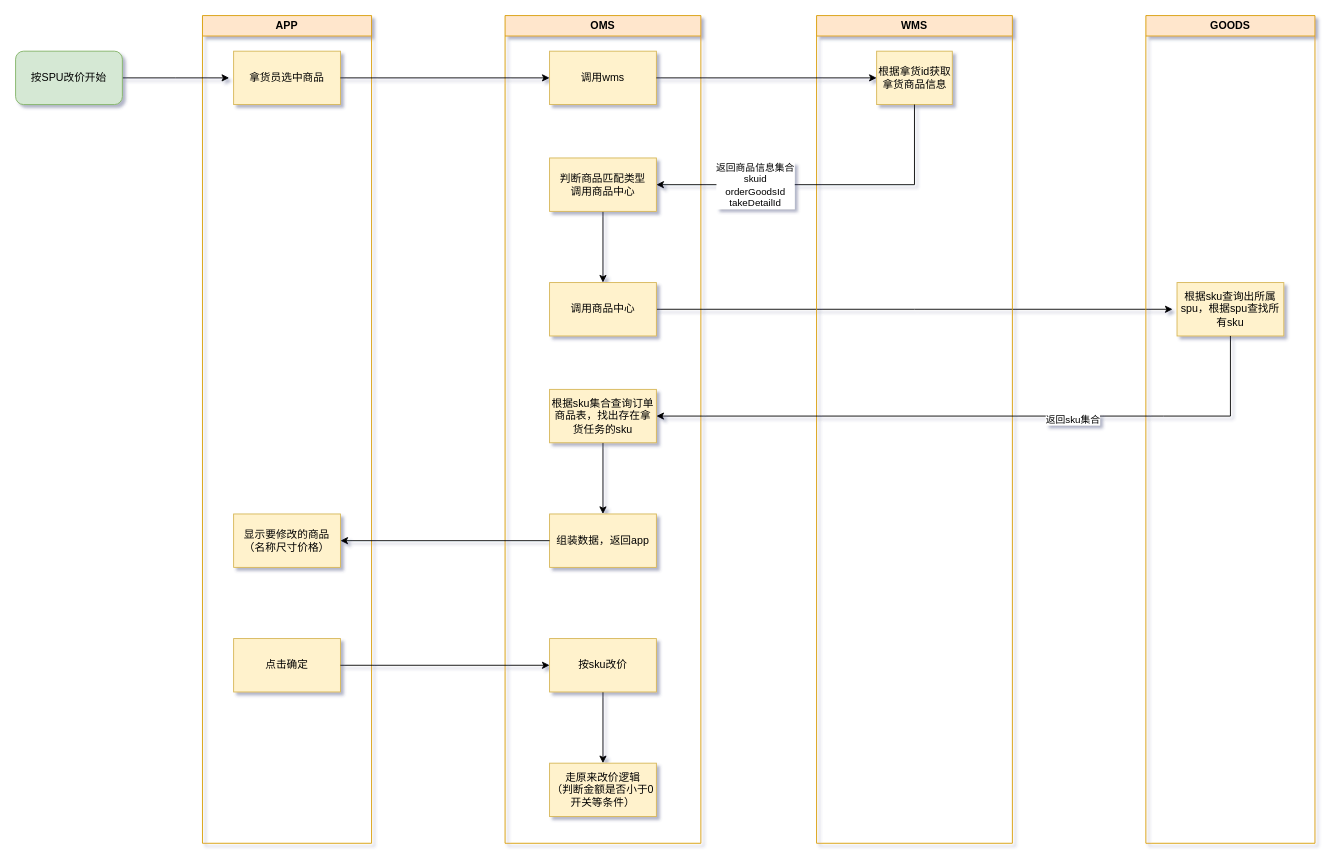
Before: 改价流程.drawio in bian0814/draw.io, a draw.io diagram. Source tidied: cells renumbered, new cells numbered last; positions are measured from the earlier drawing's top-left corner, leaving out a move shared by most shapes. Both pictures are drawn from the tidied source at 89%, with x=0, y=0 at pixel (15, 15).
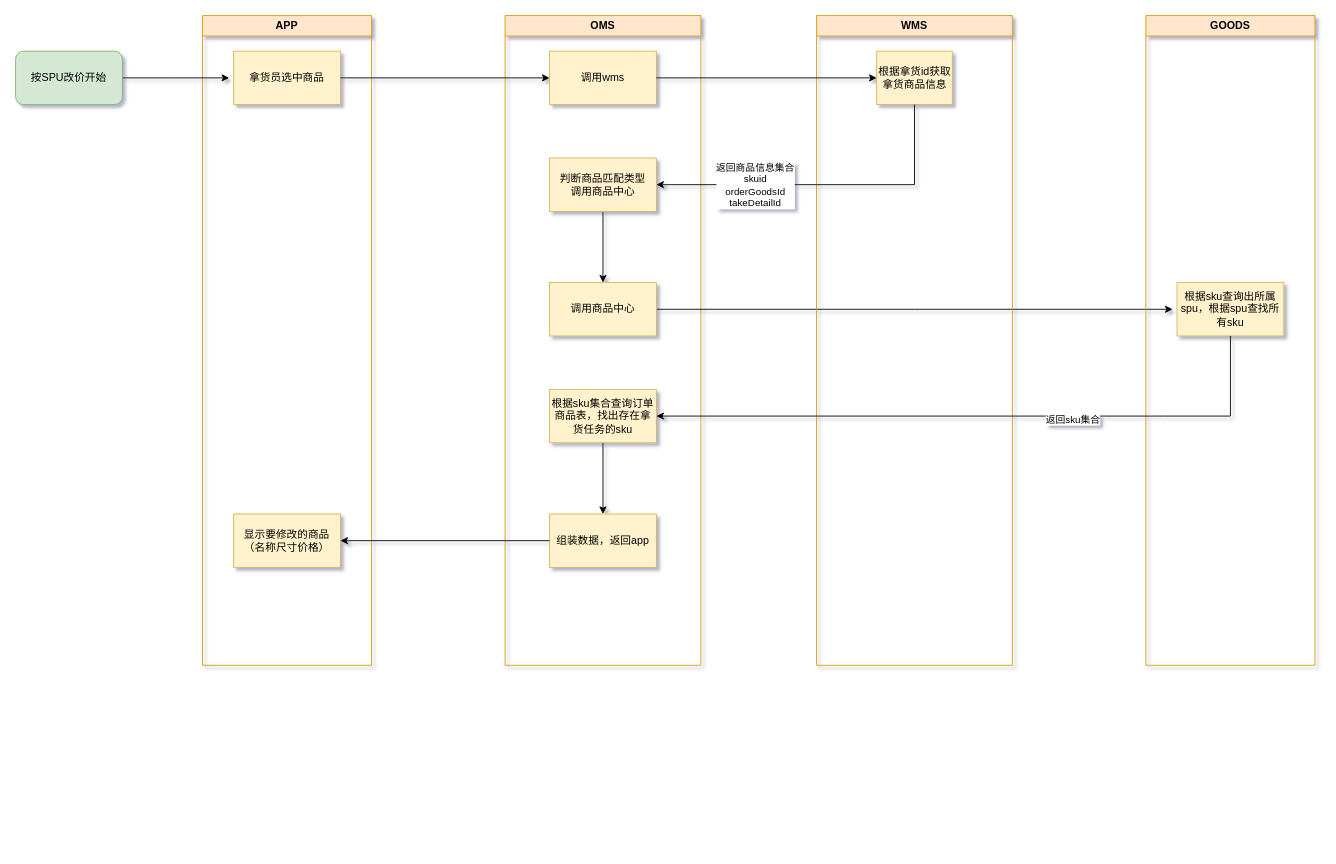
After the change.

Commit message:
更新改价流程.drawio

What changed in the source:
```diff
@@
     <mxCell id="2" value="APP" style="swimlane;whiteSpace=wrap;html=1;startSize=23;fillColor=#ffe6cc;strokeColor=#d79b00;" parent="1" vertex="1">
-      <mxGeometry x="210" width="190" height="930" as="geometry" />
+      <mxGeometry x="210" width="190" height="730" as="geometry" />
     </mxCell>
@@
-    <mxCell id="5" value="点击确定" style="whiteSpace=wrap;html=1;fillColor=#fff2cc;strokeColor=#d6b656;" parent="2" vertex="1">
-      <mxGeometry x="35" y="700" width="120" height="60" as="geometry" />
-    </mxCell>
     <mxCell id="6" value="OMS" style="swimlane;whiteSpace=wrap;html=1;startSize=23;fillColor=#ffe6cc;strokeColor=#d79b00;" parent="1" vertex="1">
-      <mxGeometry x="550" width="220" height="930" as="geometry" />
+      <mxGeometry x="550" width="220" height="730" as="geometry" />
     </mxCell>
@@
-    <mxCell id="15" style="edgeStyle=orthogonalEdgeStyle;rounded=0;jettySize=auto;html=1;" parent="6" edge="1" source="16" target="17">
-      <mxGeometry relative="1" as="geometry" />
-    </mxCell>
-    <mxCell id="16" value="按sku改价" style="whiteSpace=wrap;html=1;fillColor=#fff2cc;strokeColor=#d6b656;" parent="6" vertex="1">
-      <mxGeometry x="50" y="700" width="120" height="60" as="geometry" />
-    </mxCell>
-    <mxCell id="17" value="走原来改价逻辑&lt;br&gt;（判断金额是否小于0&lt;br&gt;开关等条件）" style="whiteSpace=wrap;html=1;fillColor=#fff2cc;strokeColor=#d6b656;" parent="6" vertex="1">
-      <mxGeometry x="50" y="840" width="120" height="60" as="geometry" />
-    </mxCell>
     <mxCell id="18" value="GOODS" style="swimlane;whiteSpace=wrap;html=1;startSize=23;fillColor=#ffe6cc;strokeColor=#d79b00;" parent="1" vertex="1">
-      <mxGeometry x="1270" width="190" height="930" as="geometry" />
+      <mxGeometry x="1270" width="190" height="730" as="geometry" />
     </mxCell>
@@
     <mxCell id="23" value="WMS" style="swimlane;whiteSpace=wrap;html=1;startSize=23;fillColor=#ffe6cc;strokeColor=#d79b00;" parent="1" vertex="1">
-      <mxGeometry x="900" width="220" height="930" as="geometry" />
+      <mxGeometry x="900" width="220" height="730" as="geometry" />
     </mxCell>
@@
-    <mxCell id="31" style="edgeStyle=orthogonalEdgeStyle;rounded=0;jettySize=auto;html=1;" parent="1" edge="1" source="5" target="16">
-      <mxGeometry relative="1" as="geometry" />
-    </mxCell>
```
